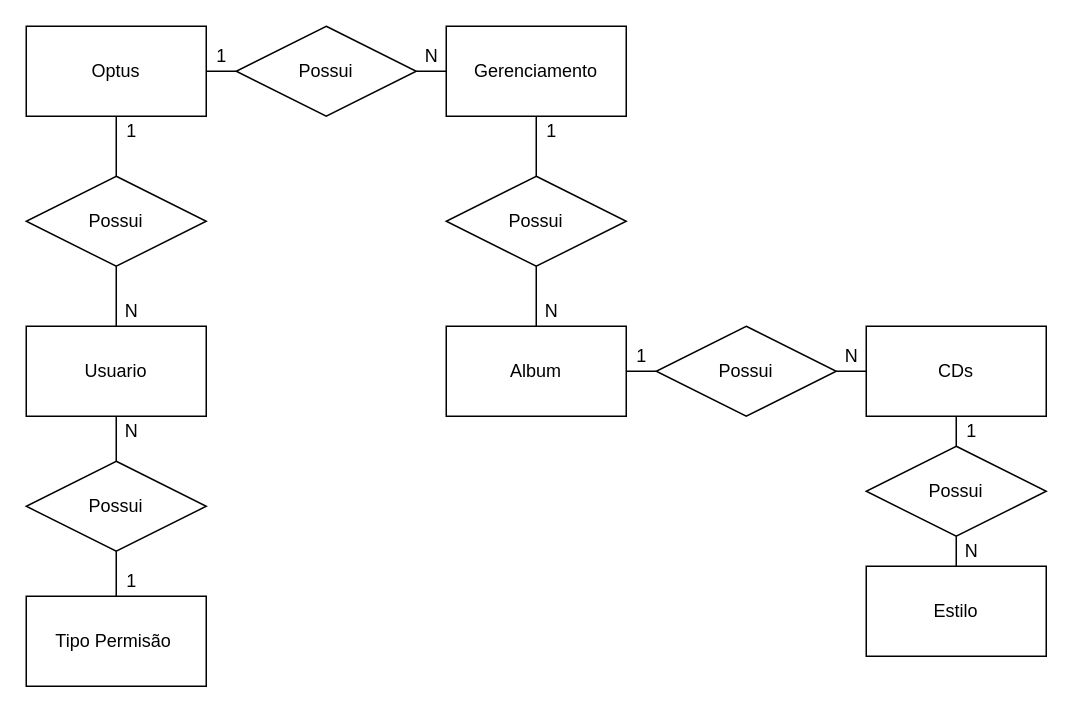
The draw.io diagram page "Page-1" (1 of 2) of exercicios/1.4-ecercicio-optus/1.4-exercicio-optus.drawio in Ma-t-h-e-us/2S_sprint1_BD, before the edit. Source tidied: cells renumbered, new cells numbered last; positions are measured from the earlier drawing's top-left corner, leaving out a move shared by most shapes. Both pictures are drawn from the tidied source at 150%, with x=0, y=0 at pixel (26, 26).
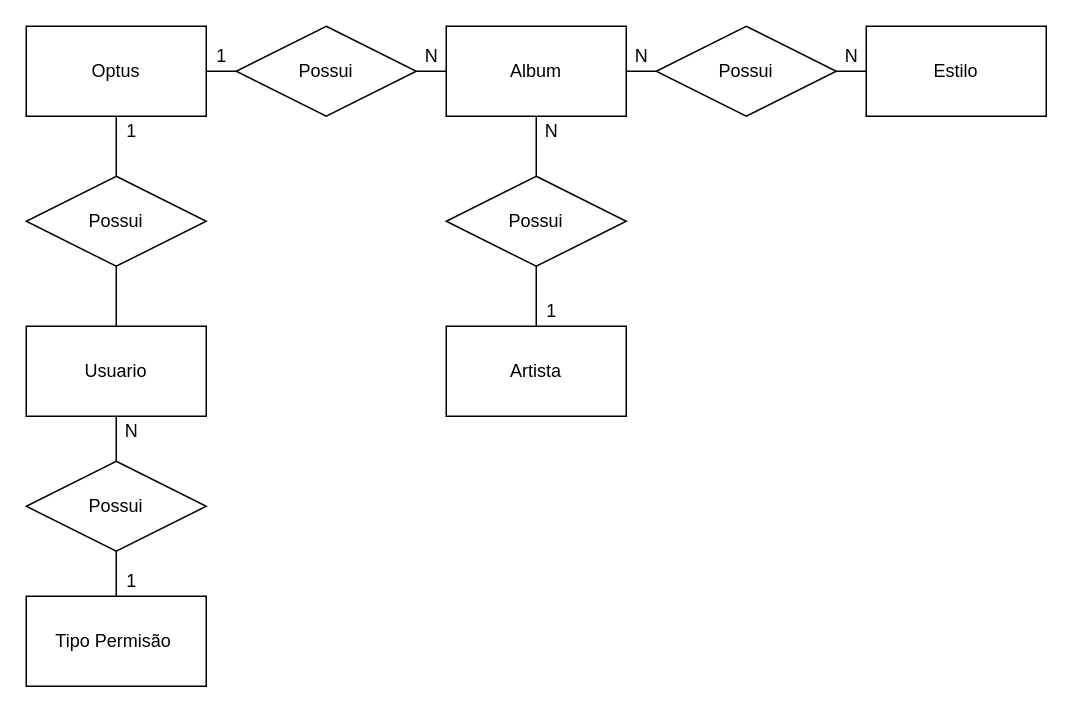
The same page after the edit.

Unchanged cells that the change refers to:
```xml
<mxCell id="16" value="Possui" style="shape=rhombus;perimeter=rhombusPerimeter;whiteSpace=wrap;html=1;align=center;" parent="1" vertex="1">
  <mxGeometry x="140" width="120" height="60" as="geometry" />
</mxCell>
```

What changed in the source:
```diff
@@
-    <mxCell id="4" style="edgeStyle=orthogonalEdgeStyle;rounded=0;jettySize=auto;html=1;endArrow=none;endFill=0;" parent="1" edge="1" source="5" target="12">
-      <mxGeometry relative="1" as="geometry" />
-    </mxCell>
+    <mxCell id="39" style="edgeStyle=orthogonalEdgeStyle;rounded=0;jettySize=auto;html=1;endArrow=none;endFill=0;" parent="1" edge="1" source="5" target="42">
+      <mxGeometry relative="1" as="geometry" />
+    </mxCell>
     <mxCell id="5" value="Album" style="rounded=0;whiteSpace=wrap;html=1;" parent="1" vertex="1">
-      <mxGeometry x="280" y="200" width="120" height="60" as="geometry" />
+      <mxGeometry x="280" width="120" height="60" as="geometry" />
     </mxCell>
-    <mxCell id="6" value="CDs" style="rounded=0;whiteSpace=wrap;html=1;" parent="1" vertex="1">
-      <mxGeometry x="560" y="200" width="120" height="60" as="geometry" />
-    </mxCell>
@@
-    <mxCell id="10" value="Gerenciamento" style="rounded=0;whiteSpace=wrap;html=1;" parent="1" vertex="1">
-      <mxGeometry x="280" width="120" height="60" as="geometry" />
-    </mxCell>
-    <mxCell id="11" style="edgeStyle=orthogonalEdgeStyle;rounded=0;jettySize=auto;html=1;endArrow=none;endFill=0;" parent="1" edge="1" source="12" target="6">
-      <mxGeometry relative="1" as="geometry" />
-    </mxCell>
-    <mxCell id="12" value="Possui" style="shape=rhombus;perimeter=rhombusPerimeter;whiteSpace=wrap;html=1;align=center;" parent="1" vertex="1">
-      <mxGeometry x="420" y="200" width="120" height="60" as="geometry" />
-    </mxCell>
@@
-    <mxCell id="15" style="edgeStyle=orthogonalEdgeStyle;rounded=0;jettySize=auto;html=1;endArrow=none;endFill=0;" parent="1" edge="1" source="16" target="10">
-      <mxGeometry relative="1" as="geometry" />
-    </mxCell>
+    <mxCell id="40" style="edgeStyle=orthogonalEdgeStyle;rounded=0;jettySize=auto;html=1;endArrow=none;endFill=0;" parent="1" edge="1" source="16" target="5">
+      <mxGeometry relative="1" as="geometry" />
+    </mxCell>
@@
-    <mxCell id="17" style="edgeStyle=orthogonalEdgeStyle;rounded=0;jettySize=auto;html=1;endArrow=none;endFill=0;" parent="1" edge="1" source="19" target="10">
-      <mxGeometry relative="1" as="geometry" />
-    </mxCell>
-    <mxCell id="18" style="edgeStyle=orthogonalEdgeStyle;rounded=0;jettySize=auto;html=1;endArrow=none;endFill=0;" parent="1" edge="1" source="19" target="5">
-      <mxGeometry relative="1" as="geometry" />
-    </mxCell>
-    <mxCell id="19" value="Possui" style="shape=rhombus;perimeter=rhombusPerimeter;whiteSpace=wrap;html=1;align=center;" parent="1" vertex="1">
-      <mxGeometry x="280" y="100" width="120" height="60" as="geometry" />
-    </mxCell>
     <mxCell id="20" value="N" style="text;html=1;align=center;verticalAlign=middle;strokeColor=none;" parent="1" vertex="1">
-      <mxGeometry x="60" y="180" width="20" height="20" as="geometry" />
+      <mxGeometry x="340" y="60" width="20" height="20" as="geometry" />
     </mxCell>
@@
-    <mxCell id="23" value="N" style="text;html=1;align=center;verticalAlign=middle;strokeColor=none;" parent="1" vertex="1">
-      <mxGeometry x="260" y="10" width="20" height="20" as="geometry" />
-    </mxCell>
-    <mxCell id="24" value="1" style="text;html=1;align=center;verticalAlign=middle;strokeColor=none;" parent="1" vertex="1">
-      <mxGeometry x="340" y="60" width="20" height="20" as="geometry" />
-    </mxCell>
-    <mxCell id="25" value="N" style="text;html=1;align=center;verticalAlign=middle;strokeColor=none;" parent="1" vertex="1">
-      <mxGeometry x="340" y="180" width="20" height="20" as="geometry" />
-    </mxCell>
-    <mxCell id="26" value="1" style="text;html=1;align=center;verticalAlign=middle;strokeColor=none;" parent="1" vertex="1">
-      <mxGeometry x="400" y="210" width="20" height="20" as="geometry" />
-    </mxCell>
-    <mxCell id="27" value="N" style="text;html=1;align=center;verticalAlign=middle;strokeColor=none;" parent="1" vertex="1">
-      <mxGeometry x="540" y="210" width="20" height="20" as="geometry" />
-    </mxCell>
     <mxCell id="28" value="Estilo" style="rounded=0;whiteSpace=wrap;html=1;" parent="1" vertex="1">
-      <mxGeometry x="560" y="360" width="120" height="60" as="geometry" />
+      <mxGeometry x="560" width="120" height="60" as="geometry" />
     </mxCell>
-    <mxCell id="29" style="edgeStyle=orthogonalEdgeStyle;rounded=0;jettySize=auto;html=1;endArrow=none;endFill=0;" parent="1" edge="1" source="31" target="6">
-      <mxGeometry relative="1" as="geometry" />
-    </mxCell>
-    <mxCell id="30" style="edgeStyle=orthogonalEdgeStyle;rounded=0;jettySize=auto;html=1;endArrow=none;endFill=0;" parent="1" edge="1" source="31" target="28">
-      <mxGeometry relative="1" as="geometry" />
-    </mxCell>
-    <mxCell id="31" value="Possui" style="shape=rhombus;perimeter=rhombusPerimeter;whiteSpace=wrap;html=1;align=center;" parent="1" vertex="1">
-      <mxGeometry x="560" y="280" width="120" height="60" as="geometry" />
-    </mxCell>
     <mxCell id="32" value="N" style="text;html=1;align=center;verticalAlign=middle;strokeColor=none;" parent="1" vertex="1">
-      <mxGeometry x="620" y="340" width="20" height="20" as="geometry" />
+      <mxGeometry x="400" y="10" width="20" height="20" as="geometry" />
     </mxCell>
-    <mxCell id="33" value="1" style="text;html=1;align=center;verticalAlign=middle;strokeColor=none;" parent="1" vertex="1">
-      <mxGeometry x="620" y="260" width="20" height="20" as="geometry" />
-    </mxCell>
@@
+    <mxCell id="41" style="edgeStyle=orthogonalEdgeStyle;rounded=0;jettySize=auto;html=1;endArrow=none;endFill=0;" parent="1" edge="1" source="42" target="28">
+      <mxGeometry relative="1" as="geometry" />
+    </mxCell>
+    <mxCell id="42" value="Possui" style="shape=rhombus;perimeter=rhombusPerimeter;whiteSpace=wrap;html=1;align=center;" parent="1" vertex="1">
+      <mxGeometry x="420" width="120" height="60" as="geometry" />
+    </mxCell>
+    <mxCell id="43" value="N" style="text;html=1;align=center;verticalAlign=middle;strokeColor=none;" parent="1" vertex="1">
+      <mxGeometry x="540" y="10" width="20" height="20" as="geometry" />
+    </mxCell>
+    <mxCell id="23" value="N" style="text;html=1;align=center;verticalAlign=middle;strokeColor=none;" parent="1" vertex="1">
+      <mxGeometry x="260" y="10" width="20" height="20" as="geometry" />
+    </mxCell>
+    <mxCell id="44" value="Artista" style="rounded=0;whiteSpace=wrap;html=1;" parent="1" vertex="1">
+      <mxGeometry x="280" y="200" width="120" height="60" as="geometry" />
+    </mxCell>
+    <mxCell id="18" style="edgeStyle=orthogonalEdgeStyle;rounded=0;jettySize=auto;html=1;endArrow=none;endFill=0;" parent="1" edge="1" source="19" target="5">
+      <mxGeometry relative="1" as="geometry" />
+    </mxCell>
+    <mxCell id="45" style="edgeStyle=orthogonalEdgeStyle;rounded=0;jettySize=auto;html=1;endArrow=none;endFill=0;" parent="1" edge="1" source="19" target="44">
+      <mxGeometry relative="1" as="geometry" />
+    </mxCell>
+    <mxCell id="19" value="Possui" style="shape=rhombus;perimeter=rhombusPerimeter;whiteSpace=wrap;html=1;align=center;" parent="1" vertex="1">
+      <mxGeometry x="280" y="100" width="120" height="60" as="geometry" />
+    </mxCell>
+    <mxCell id="46" value="1" style="text;html=1;align=center;verticalAlign=middle;strokeColor=none;" parent="1" vertex="1">
+      <mxGeometry x="340" y="180" width="20" height="20" as="geometry" />
+    </mxCell>
```
